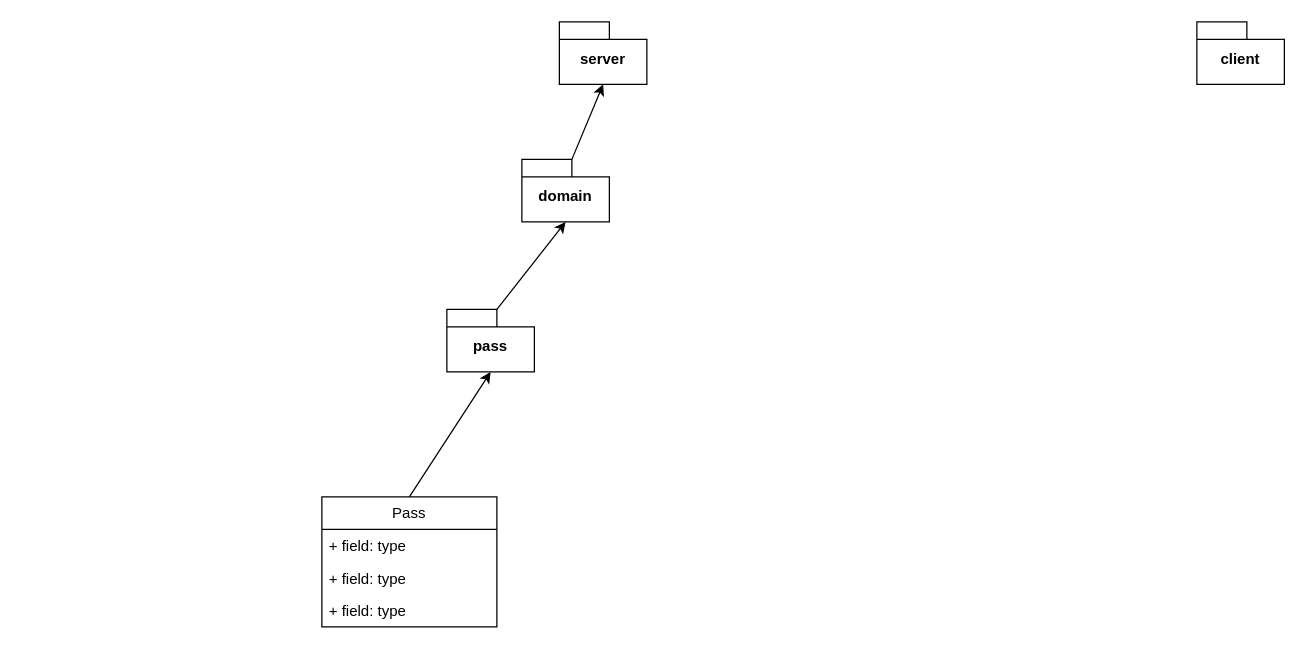
Before: page "class-structure" (2 of 2) of drawio/kanban.drawio in ilya372317/keeper-pass, a draw.io diagram. Source tidied: cells renumbered, new cells numbered last; positions are measured from the earlier drawing's top-left corner, leaving out a move shared by most shapes. Both pictures are drawn from the tidied source at 125%, with x=0, y=0 at pixel (321, 21).
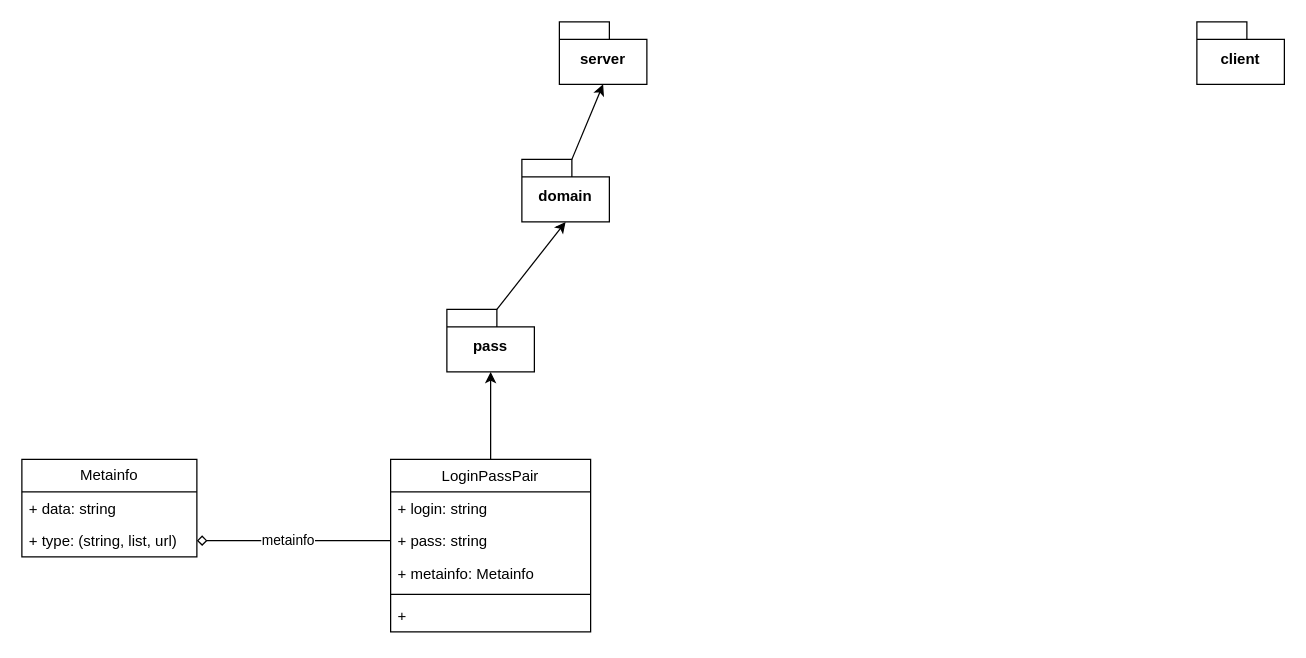
The same diagram, later.

Commit message:
make login pass pair desciprtion

The edit, as a diff of the source:
```diff
@@
 <mxGraphModel>
   <root>
     <mxCell id="0" />
     <mxCell id="1" parent="0" />
     <mxCell id="2" value="server" style="shape=folder;fontStyle=1;spacingTop=10;tabWidth=40;tabHeight=14;tabPosition=left;html=1;whiteSpace=wrap;" parent="1" vertex="1">
       <mxGeometry x="190" width="70" height="50" as="geometry" />
     </mxCell>
     <mxCell id="3" value="client" style="shape=folder;fontStyle=1;spacingTop=10;tabWidth=40;tabHeight=14;tabPosition=left;html=1;whiteSpace=wrap;" parent="1" vertex="1">
       <mxGeometry x="700" width="70" height="50" as="geometry" />
     </mxCell>
     <mxCell id="4" value="domain" style="shape=folder;fontStyle=1;spacingTop=10;tabWidth=40;tabHeight=14;tabPosition=left;html=1;whiteSpace=wrap;" parent="1" vertex="1">
       <mxGeometry x="160" y="110" width="70" height="50" as="geometry" />
     </mxCell>
     <mxCell id="5" style="rounded=0;jettySize=auto;html=1;exitX=0;exitY=0;exitDx=40;exitDy=0;exitPerimeter=0;entryX=0.5;entryY=1;entryDx=0;entryDy=0;entryPerimeter=0;endArrow=classic;endFill=1;" parent="1" edge="1" source="4" target="2">
       <mxGeometry relative="1" as="geometry" />
     </mxCell>
-    <mxCell id="6" value="Pass" style="swimlane;fontStyle=0;horizontal=1;startSize=26;fillColor=none;whiteSpace=wrap;html=1;" parent="1" vertex="1">
-      <mxGeometry y="380" width="140" height="104" as="geometry" />
-    </mxCell>
-    <mxCell id="7" value="+ field: type" style="text;strokeColor=none;fillColor=none;align=left;verticalAlign=top;spacingLeft=4;spacingRight=4;overflow=hidden;whiteSpace=wrap;html=1;" parent="6" vertex="1">
-      <mxGeometry y="26" width="140" height="26" as="geometry" />
-    </mxCell>
-    <mxCell id="8" value="+ field: type" style="text;strokeColor=none;fillColor=none;align=left;verticalAlign=top;spacingLeft=4;spacingRight=4;overflow=hidden;whiteSpace=wrap;html=1;" parent="6" vertex="1">
-      <mxGeometry y="52" width="140" height="26" as="geometry" />
-    </mxCell>
-    <mxCell id="9" value="+ field: type" style="text;strokeColor=none;fillColor=none;align=left;verticalAlign=top;spacingLeft=4;spacingRight=4;overflow=hidden;whiteSpace=wrap;html=1;" parent="6" vertex="1">
-      <mxGeometry y="78" width="140" height="26" as="geometry" />
-    </mxCell>
     <mxCell id="10" value="pass" style="shape=folder;fontStyle=1;spacingTop=10;tabWidth=40;tabHeight=14;tabPosition=left;html=1;whiteSpace=wrap;" parent="1" vertex="1">
       <mxGeometry x="100" y="230" width="70" height="50" as="geometry" />
     </mxCell>
     <mxCell id="11" style="rounded=0;jettySize=auto;html=1;exitX=0;exitY=0;exitDx=40;exitDy=0;exitPerimeter=0;entryX=0.5;entryY=1;entryDx=0;entryDy=0;entryPerimeter=0;" parent="1" edge="1" source="10" target="4">
       <mxGeometry relative="1" as="geometry" />
     </mxCell>
-    <mxCell id="12" style="rounded=0;jettySize=auto;html=1;exitX=0.5;exitY=0;exitDx=0;exitDy=0;entryX=0.5;entryY=1;entryDx=0;entryDy=0;entryPerimeter=0;" parent="1" edge="1" source="6" target="10">
+    <mxCell id="12" style="rounded=0;jettySize=auto;html=1;exitX=0.5;exitY=0;exitDx=0;exitDy=0;entryX=0.5;entryY=1;entryDx=0;entryDy=0;entryPerimeter=0;" parent="1" edge="1" source="18" target="10">
       <mxGeometry relative="1" as="geometry" />
     </mxCell>
+    <mxCell id="13" value="Metainfo" style="swimlane;fontStyle=0;horizontal=1;startSize=26;fillColor=none;whiteSpace=wrap;html=1;" parent="1" vertex="1">
+      <mxGeometry x="-240" y="350" width="140" height="78" as="geometry" />
+    </mxCell>
+    <mxCell id="14" value="+ data: string" style="text;strokeColor=none;fillColor=none;align=left;verticalAlign=top;spacingLeft=4;spacingRight=4;overflow=hidden;whiteSpace=wrap;html=1;" parent="13" vertex="1">
+      <mxGeometry y="26" width="140" height="26" as="geometry" />
+    </mxCell>
+    <mxCell id="15" value="+ type: (string, list, url)" style="text;strokeColor=none;fillColor=none;align=left;verticalAlign=top;spacingLeft=4;spacingRight=4;overflow=hidden;points=[[0,0.5],[1,0.5]];portConstraint=eastwest;whiteSpace=wrap;html=1;" parent="13" vertex="1">
+      <mxGeometry y="52" width="140" height="26" as="geometry" />
+    </mxCell>
+    <mxCell id="16" style="edgeStyle=orthogonalEdgeStyle;rounded=0;jettySize=auto;html=1;exitX=0;exitY=0.5;exitDx=0;exitDy=0;entryX=1;entryY=0.5;entryDx=0;entryDy=0;endArrow=diamond;endFill=0;" parent="1" edge="1" source="20" target="15">
+      <mxGeometry relative="1" as="geometry" />
+    </mxCell>
+    <mxCell id="17" value="metainfo" style="edgeLabel;html=1;align=center;verticalAlign=middle;" parent="16" vertex="1">
+      <mxGeometry x="0.07" y="-1" relative="1" as="geometry" />
+    </mxCell>
+    <mxCell id="18" value="&lt;span style=&quot;font-weight: 400;&quot;&gt;LoginPassPair&lt;/span&gt;" style="swimlane;fontStyle=1;align=center;verticalAlign=top;horizontal=1;startSize=26;whiteSpace=wrap;html=1;" parent="1" vertex="1">
+      <mxGeometry x="55" y="350" width="160" height="138" as="geometry" />
+    </mxCell>
+    <mxCell id="19" value="+ login: string" style="text;strokeColor=none;fillColor=none;align=left;verticalAlign=top;spacingLeft=4;spacingRight=4;overflow=hidden;whiteSpace=wrap;html=1;" parent="18" vertex="1">
+      <mxGeometry y="26" width="160" height="26" as="geometry" />
+    </mxCell>
+    <mxCell id="20" value="+ pass: string" style="text;strokeColor=none;fillColor=none;align=left;verticalAlign=top;spacingLeft=4;spacingRight=4;overflow=hidden;points=[[0,0.5],[1,0.5]];portConstraint=eastwest;whiteSpace=wrap;html=1;" parent="18" vertex="1">
+      <mxGeometry y="52" width="160" height="26" as="geometry" />
+    </mxCell>
+    <mxCell id="21" value="+ metainfo: Metainfo" style="text;strokeColor=none;fillColor=none;align=left;verticalAlign=top;spacingLeft=4;spacingRight=4;overflow=hidden;whiteSpace=wrap;html=1;" parent="18" vertex="1">
+      <mxGeometry y="78" width="160" height="26" as="geometry" />
+    </mxCell>
+    <mxCell id="22" style="line;strokeWidth=1;fillColor=none;align=left;verticalAlign=middle;spacingTop=-1;spacingLeft=3;spacingRight=3;labelPosition=right;strokeColor=inherit;" parent="18" vertex="1">
+      <mxGeometry y="104" width="160" height="8" as="geometry" />
+    </mxCell>
+    <mxCell id="23" value="+&amp;nbsp;" style="text;strokeColor=none;fillColor=none;align=left;verticalAlign=top;spacingLeft=4;spacingRight=4;overflow=hidden;whiteSpace=wrap;html=1;" parent="18" vertex="1">
+      <mxGeometry y="112" width="160" height="26" as="geometry" />
+    </mxCell>
   </root>
 </mxGraphModel>
```
